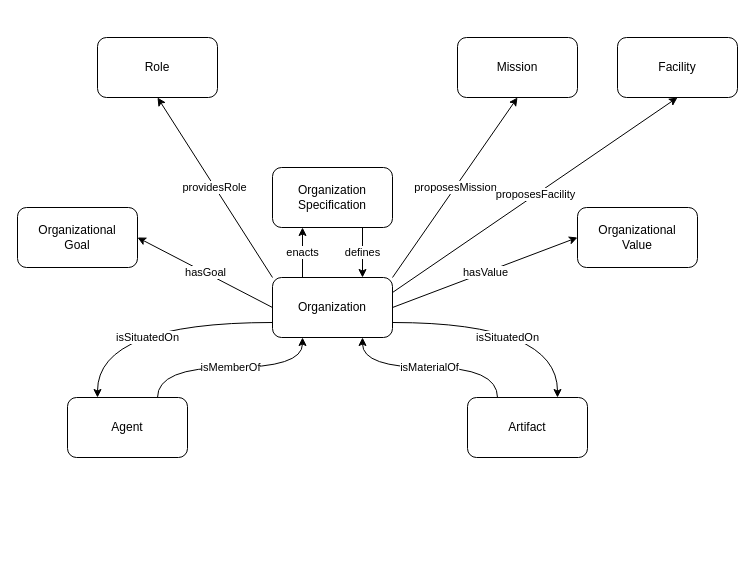
Above: domains/logistics/create-organization/create-organization.drawio in HyperAgents/hmas (draw.io), before the change. Source tidied: cells renumbered, new cells numbered last; positions are measured from the earlier drawing's top-left corner, leaving out a move shared by most shapes. Both pictures are drawn from the tidied source at 100%, with x=0, y=0 at pixel (17, 37).
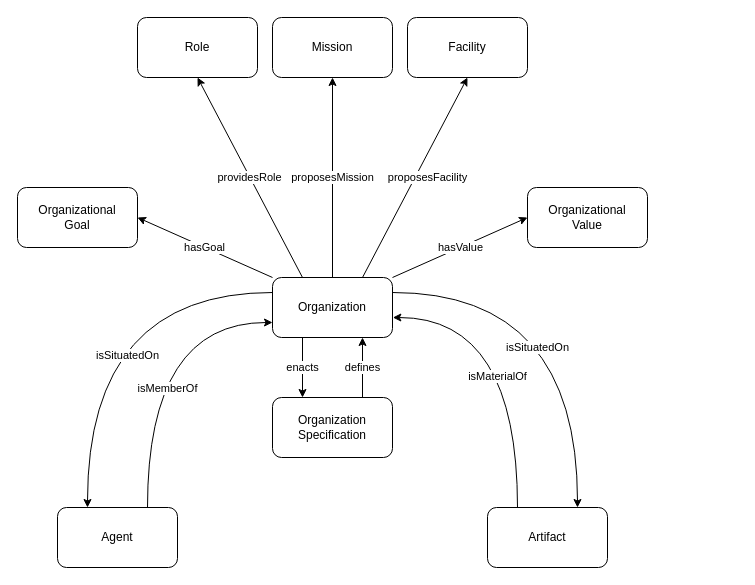
The same page after the edit.

Commit message (it also covers changes not shown here):
Renamed entities; fixed OrganizationSpecification and Organization in dataset.ttl

Unchanged cells that the change refers to:
```xml
<mxCell id="9" value="Organization" style="rounded=1;whiteSpace=wrap;html=1;" parent="1" vertex="1">
  <mxGeometry x="255" y="240" width="120" height="60" as="geometry" />
</mxCell>
```

The edit, as a diff of the source:
```diff
@@
     <mxCell id="2" value="Organization Specification" style="rounded=1;whiteSpace=wrap;html=1;" parent="1" vertex="1">
-      <mxGeometry x="255" y="130" width="120" height="60" as="geometry" />
+      <mxGeometry x="255" y="360" width="120" height="60" as="geometry" />
     </mxCell>
-    <mxCell id="3" value="providesRole" style="rounded=0;jettySize=auto;html=1;exitX=0;exitY=0;exitDx=0;exitDy=0;entryX=0.5;entryY=1;entryDx=0;entryDy=0;" parent="1" edge="1" source="9" target="10">
+    <mxCell id="3" value="providesRole" style="rounded=0;jettySize=auto;html=1;entryX=0.5;entryY=1;entryDx=0;entryDy=0;exitX=0.25;exitY=0;exitDx=0;exitDy=0;" parent="1" edge="1" source="9" target="10">
       <mxGeometry relative="1" as="geometry" />
     </mxCell>
-    <mxCell id="4" value="proposesMission" style="edgeStyle=none;rounded=0;jettySize=auto;html=1;exitX=1;exitY=0;exitDx=0;exitDy=0;entryX=0.5;entryY=1;entryDx=0;entryDy=0;" parent="1" edge="1" source="9" target="11">
+    <mxCell id="4" value="proposesMission" style="edgeStyle=none;rounded=0;jettySize=auto;html=1;exitX=0.5;exitY=0;exitDx=0;exitDy=0;entryX=0.5;entryY=1;entryDx=0;entryDy=0;" parent="1" edge="1" source="9" target="11">
       <mxGeometry relative="1" as="geometry" />
     </mxCell>
-    <mxCell id="5" value="isSituatedOn" style="edgeStyle=orthogonalEdgeStyle;rounded=0;jettySize=auto;html=1;exitX=0;exitY=0.75;exitDx=0;exitDy=0;entryX=0.25;entryY=0;entryDx=0;entryDy=0;curved=1;" parent="1" edge="1" source="9" target="15">
-      <mxGeometry y="15" relative="1" as="geometry" />
+    <mxCell id="5" value="isSituatedOn" style="edgeStyle=orthogonalEdgeStyle;rounded=0;jettySize=auto;html=1;entryX=0.25;entryY=0;entryDx=0;entryDy=0;curved=1;exitX=0;exitY=0.25;exitDx=0;exitDy=0;" parent="1" edge="1" source="9" target="15">
+      <mxGeometry x="0.24" y="40" relative="1" as="geometry" />
     </mxCell>
-    <mxCell id="6" value="proposesFacility" style="edgeStyle=none;rounded=0;jettySize=auto;html=1;exitX=1;exitY=0.25;exitDx=0;exitDy=0;entryX=0.5;entryY=1;entryDx=0;entryDy=0;startArrow=none;startFill=0;endArrow=classic;endFill=1;" parent="1" edge="1" source="9" target="19">
-      <mxGeometry relative="1" as="geometry" />
+    <mxCell id="6" value="proposesFacility" style="edgeStyle=none;rounded=0;jettySize=auto;html=1;exitX=0.75;exitY=0;exitDx=0;exitDy=0;entryX=0.5;entryY=1;entryDx=0;entryDy=0;startArrow=none;startFill=0;endArrow=classic;endFill=1;" parent="1" edge="1" source="9" target="19">
+      <mxGeometry x="0.05" y="-11" relative="1" as="geometry" />
     </mxCell>
-    <mxCell id="7" value="hasValue" style="rounded=0;jettySize=auto;html=1;exitX=1;exitY=0.5;exitDx=0;exitDy=0;entryX=0;entryY=0.5;entryDx=0;entryDy=0;" parent="1" edge="1" source="9" target="21">
+    <mxCell id="7" value="hasValue" style="rounded=0;jettySize=auto;html=1;exitX=1;exitY=0;exitDx=0;exitDy=0;entryX=0;entryY=0.5;entryDx=0;entryDy=0;" parent="1" edge="1" source="9" target="21">
       <mxGeometry relative="1" as="geometry" />
     </mxCell>
-    <mxCell id="8" value="hasGoal" style="rounded=0;jettySize=auto;html=1;exitX=0;exitY=0.5;exitDx=0;exitDy=0;entryX=1;entryY=0.5;entryDx=0;entryDy=0;" parent="1" edge="1" source="9" target="20">
+    <mxCell id="8" value="hasGoal" style="rounded=0;jettySize=auto;html=1;exitX=0;exitY=0;exitDx=0;exitDy=0;entryX=1;entryY=0.5;entryDx=0;entryDy=0;" parent="1" edge="1" source="9" target="20">
       <mxGeometry relative="1" as="geometry" />
     </mxCell>
@@
     <mxCell id="10" value="Role" style="rounded=1;whiteSpace=wrap;html=1;" parent="1" vertex="1">
-      <mxGeometry x="80" width="120" height="60" as="geometry" />
+      <mxGeometry x="120" y="-20" width="120" height="60" as="geometry" />
     </mxCell>
     <mxCell id="11" value="Mission" style="rounded=1;whiteSpace=wrap;html=1;" parent="1" vertex="1">
-      <mxGeometry x="440" width="120" height="60" as="geometry" />
+      <mxGeometry x="255" y="-20" width="120" height="60" as="geometry" />
     </mxCell>
-    <mxCell id="12" value="enacts" style="endArrow=none;html=1;rounded=0;entryX=0.25;entryY=0;entryDx=0;entryDy=0;exitX=0.25;exitY=1;exitDx=0;exitDy=0;startArrow=classic;startFill=1;endFill=0;" parent="1" edge="1" source="2" target="9">
+    <mxCell id="12" value="enacts" style="endArrow=none;html=1;rounded=0;entryX=0.25;entryY=1;entryDx=0;entryDy=0;exitX=0.25;exitY=0;exitDx=0;exitDy=0;startArrow=classic;startFill=1;endFill=0;" parent="1" edge="1" source="2" target="9">
       <mxGeometry relative="1" as="geometry" />
     </mxCell>
-    <mxCell id="13" value="defines" style="endArrow=classic;html=1;rounded=0;entryX=0.75;entryY=0;entryDx=0;entryDy=0;exitX=0.75;exitY=1;exitDx=0;exitDy=0;" parent="1" edge="1" source="2" target="9">
+    <mxCell id="13" value="defines" style="endArrow=classic;html=1;rounded=0;entryX=0.75;entryY=1;entryDx=0;entryDy=0;exitX=0.75;exitY=0;exitDx=0;exitDy=0;" parent="1" edge="1" source="2" target="9">
       <mxGeometry relative="1" as="geometry" />
     </mxCell>
-    <mxCell id="14" value="isMemberOf" style="edgeStyle=orthogonalEdgeStyle;rounded=0;jettySize=auto;html=1;exitX=0.75;exitY=0;exitDx=0;exitDy=0;entryX=0.25;entryY=1;entryDx=0;entryDy=0;curved=1;" parent="1" edge="1" source="15" target="9">
-      <mxGeometry relative="1" as="geometry" />
+    <mxCell id="14" value="isMemberOf" style="edgeStyle=orthogonalEdgeStyle;rounded=0;jettySize=auto;html=1;exitX=0.75;exitY=0;exitDx=0;exitDy=0;entryX=0;entryY=0.75;entryDx=0;entryDy=0;curved=1;" parent="1" edge="1" source="15" target="9">
+      <mxGeometry x="-0.23" y="-20" relative="1" as="geometry" />
     </mxCell>
     <mxCell id="15" value="Agent" style="rounded=1;whiteSpace=wrap;html=1;" parent="1" vertex="1">
-      <mxGeometry x="50" y="360" width="120" height="60" as="geometry" />
+      <mxGeometry x="40" y="470" width="120" height="60" as="geometry" />
     </mxCell>
-    <mxCell id="16" value="isSituatedOn" style="edgeStyle=orthogonalEdgeStyle;curved=1;rounded=0;jettySize=auto;html=1;exitX=0.75;exitY=0;exitDx=0;exitDy=0;entryX=1;entryY=0.75;entryDx=0;entryDy=0;startArrow=classic;startFill=1;endArrow=none;endFill=0;" parent="1" edge="1" source="18" target="9">
-      <mxGeometry x="0.04" y="15" relative="1" as="geometry" />
+    <mxCell id="16" value="isSituatedOn" style="edgeStyle=orthogonalEdgeStyle;curved=1;rounded=0;jettySize=auto;html=1;exitX=0.75;exitY=0;exitDx=0;exitDy=0;entryX=1;entryY=0.25;entryDx=0;entryDy=0;startArrow=classic;startFill=1;endArrow=none;endFill=0;" parent="1" edge="1" source="18" target="9">
+      <mxGeometry x="-0.2" y="40" relative="1" as="geometry" />
     </mxCell>
-    <mxCell id="17" value="isMaterialOf" style="edgeStyle=orthogonalEdgeStyle;rounded=0;jettySize=auto;html=1;exitX=0.25;exitY=0;exitDx=0;exitDy=0;entryX=0.75;entryY=1;entryDx=0;entryDy=0;curved=1;" parent="1" edge="1" source="18" target="9">
-      <mxGeometry relative="1" as="geometry" />
+    <mxCell id="17" value="isMaterialOf" style="edgeStyle=orthogonalEdgeStyle;rounded=0;jettySize=auto;html=1;exitX=0.25;exitY=0;exitDx=0;exitDy=0;entryX=1.003;entryY=0.667;entryDx=0;entryDy=0;curved=1;entryPerimeter=0;" parent="1" edge="1" source="18" target="9">
+      <mxGeometry x="-0.17" y="20" relative="1" as="geometry" />
     </mxCell>
     <mxCell id="18" value="Artifact" style="rounded=1;whiteSpace=wrap;html=1;" parent="1" vertex="1">
-      <mxGeometry x="450" y="360" width="120" height="60" as="geometry" />
+      <mxGeometry x="470" y="470" width="120" height="60" as="geometry" />
     </mxCell>
     <mxCell id="19" value="Facility" style="rounded=1;whiteSpace=wrap;html=1;" parent="1" vertex="1">
-      <mxGeometry x="600" width="120" height="60" as="geometry" />
+      <mxGeometry x="390" y="-20" width="120" height="60" as="geometry" />
     </mxCell>
     <mxCell id="20" value="&lt;div&gt;Organizational&lt;/div&gt;&lt;div&gt;Goal&lt;/div&gt;" style="rounded=1;whiteSpace=wrap;html=1;" parent="1" vertex="1">
-      <mxGeometry y="170" width="120" height="60" as="geometry" />
+      <mxGeometry y="150" width="120" height="60" as="geometry" />
     </mxCell>
     <mxCell id="21" value="&lt;div&gt;Organizational&lt;/div&gt;&lt;div&gt;Value&lt;br&gt;&lt;/div&gt;" style="rounded=1;whiteSpace=wrap;html=1;" parent="1" vertex="1">
-      <mxGeometry x="560" y="170" width="120" height="60" as="geometry" />
+      <mxGeometry x="510" y="150" width="120" height="60" as="geometry" />
     </mxCell>
```
